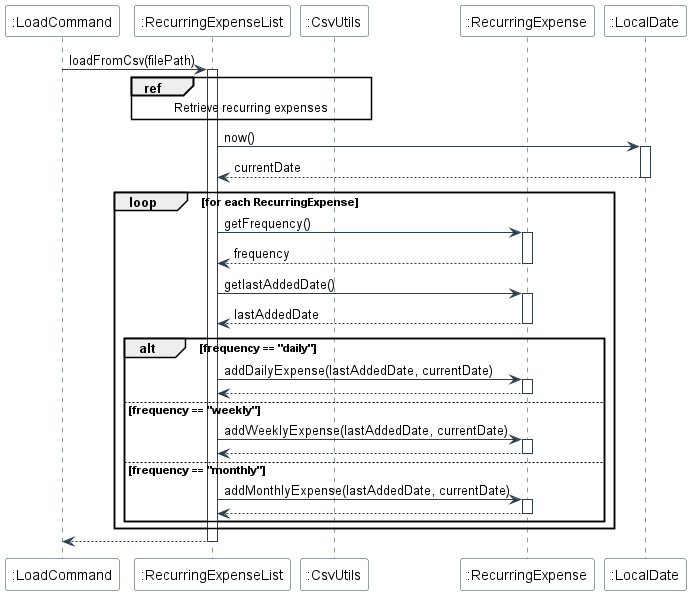
Before: docs/diagrams/images/RecurringExpenseLoadFromCsvSequence.png, a diagram exported from PlantUML (nus-cs2113-AY2425S1/tp).
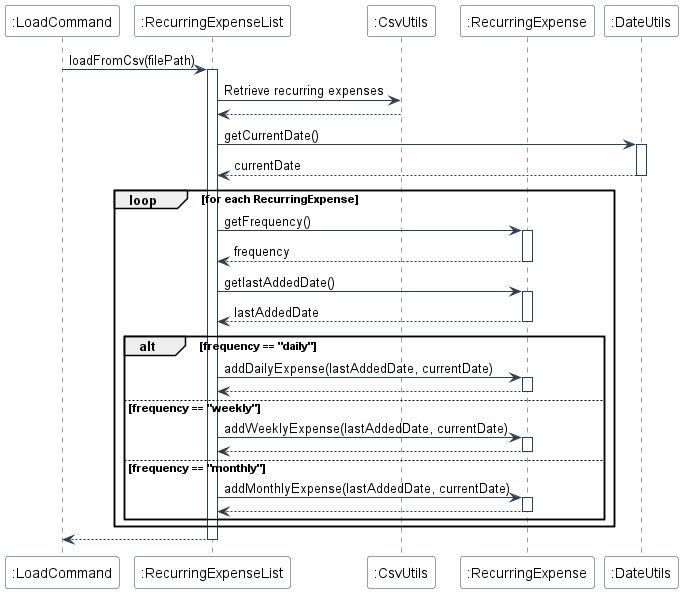
After the commit.

Commit message:
Update RecurringExpense sequence diagram png

The edit, as a diff of the source:
```diff
@@ -11,17 +11,18 @@
 participant ":RecurringExpenseList" as REL
 participant ":CsvUtils" as CSV
 participant ":RecurringExpense" as RE
-participant ":LocalDate" as LD
+participant ":DateUtils" as DU
 
 LC -> REL: loadFromCsv(filePath)
 activate REL
 
-ref over REL, CSV : Retrieve recurring expenses
+REL -> CSV: Retrieve recurring expenses
+CSV --> REL
 
-REL -> LD: now()
-activate LD
-LD --> REL: currentDate
-deactivate LD
+REL -> DU: getCurrentDate()
+activate DU
+DU --> REL: currentDate
+deactivate DU
 
 loop for each RecurringExpense
     REL -> RE: getFrequency()
```
